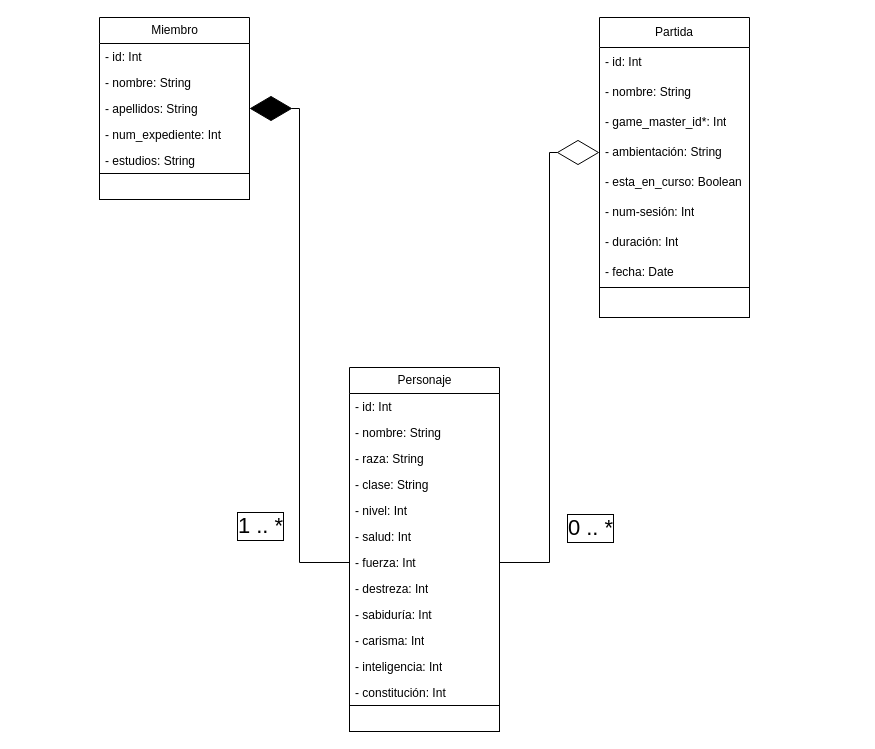
Earlier version of the draw.io diagram diagrams/diagramadeClases.drawio (gonzalopozo/proyecto-integrador-1-daw-gonzalo-manuel-daniel-hector). Source tidied: cells renumbered, new cells numbered last; positions are measured from the earlier drawing's top-left corner, leaving out a move shared by most shapes. Both pictures are drawn from the tidied source at 100%, with x=0, y=0 at pixel (99, 17).
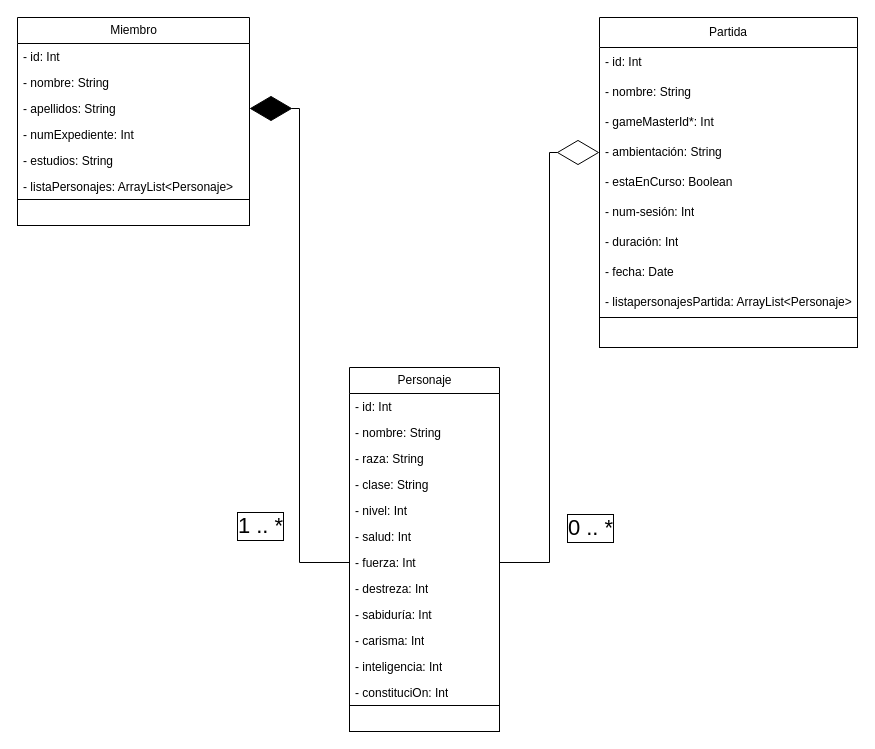
Above is the later version.

Commit message (it also covers changes not shown here):
Versión 1.0 Modelo App, Versión 1.1 Diagrama de Clases, Actualización .gitignore

Unchanged cells that the change refers to:
```xml
<mxCell id="11" value="Personaje" style="swimlane;fontStyle=0;horizontal=1;startSize=26;fillColor=none;html=1;" parent="1" vertex="1">
  <mxGeometry x="250" y="350" width="150" height="364" as="geometry" />
</mxCell>
```

Change to the diagram source:
```diff
@@
     <mxCell id="4" value="Miembro" style="swimlane;fontStyle=0;horizontal=1;startSize=26;fillColor=none;html=1;" parent="1" vertex="1">
-      <mxGeometry width="150" height="182" as="geometry" />
+      <mxGeometry x="-82" width="232" height="208" as="geometry" />
     </mxCell>
     <mxCell id="5" value="- id: Int" style="text;strokeColor=none;fillColor=none;align=left;verticalAlign=top;spacingLeft=4;spacingRight=4;overflow=hidden;whiteSpace=wrap;html=1;" parent="4" vertex="1">
-      <mxGeometry y="26" width="150" height="26" as="geometry" />
+      <mxGeometry y="26" width="232" height="26" as="geometry" />
     </mxCell>
     <mxCell id="6" value="- nombre: String" style="text;strokeColor=none;fillColor=none;align=left;verticalAlign=top;spacingLeft=4;spacingRight=4;overflow=hidden;whiteSpace=wrap;html=1;" parent="4" vertex="1">
-      <mxGeometry y="52" width="150" height="26" as="geometry" />
+      <mxGeometry y="52" width="232" height="26" as="geometry" />
     </mxCell>
     <mxCell id="7" value="- apellidos: String" style="text;strokeColor=none;fillColor=none;align=left;verticalAlign=top;spacingLeft=4;spacingRight=4;overflow=hidden;points=[[0,0.5],[1,0.5]];portConstraint=eastwest;whiteSpace=wrap;html=1;" parent="4" vertex="1">
-      <mxGeometry y="78" width="150" height="26" as="geometry" />
+      <mxGeometry y="78" width="232" height="26" as="geometry" />
     </mxCell>
-    <mxCell id="8" value="- num_expediente: Int" style="text;strokeColor=none;fillColor=none;align=left;verticalAlign=top;spacingLeft=4;spacingRight=4;overflow=hidden;whiteSpace=wrap;html=1;" parent="4" vertex="1">
-      <mxGeometry y="104" width="150" height="26" as="geometry" />
+    <mxCell id="8" value="- numExpediente: Int" style="text;strokeColor=none;fillColor=none;align=left;verticalAlign=top;spacingLeft=4;spacingRight=4;overflow=hidden;whiteSpace=wrap;html=1;" parent="4" vertex="1">
+      <mxGeometry y="104" width="232" height="26" as="geometry" />
     </mxCell>
     <mxCell id="9" value="- estudios: String" style="text;strokeColor=none;fillColor=none;align=left;verticalAlign=top;spacingLeft=4;spacingRight=4;overflow=hidden;whiteSpace=wrap;html=1;" parent="4" vertex="1">
-      <mxGeometry y="130" width="150" height="26" as="geometry" />
+      <mxGeometry y="130" width="232" height="26" as="geometry" />
     </mxCell>
+    <mxCell id="37" value="- listaPersonajes: ArrayList&amp;lt;Personaje&amp;gt;" style="text;strokeColor=none;fillColor=none;align=left;verticalAlign=top;spacingLeft=4;spacingRight=4;overflow=hidden;whiteSpace=wrap;html=1;" parent="4" vertex="1">
+      <mxGeometry y="156" width="232" height="26" as="geometry" />
+    </mxCell>
     <mxCell id="10" style="text;strokeColor=default;fillColor=none;align=left;verticalAlign=top;spacingLeft=4;spacingRight=4;overflow=hidden;whiteSpace=wrap;html=1;" parent="4" vertex="1">
-      <mxGeometry y="156" width="150" height="26" as="geometry" />
+      <mxGeometry y="182" width="232" height="26" as="geometry" />
     </mxCell>
@@
-    <mxCell id="23" value="- constitución: Int" style="text;strokeColor=none;fillColor=none;align=left;verticalAlign=top;spacingLeft=4;spacingRight=4;overflow=hidden;whiteSpace=wrap;html=1;" parent="11" vertex="1">
+    <mxCell id="23" value="- constituciOn: Int" style="text;strokeColor=none;fillColor=none;align=left;verticalAlign=top;spacingLeft=4;spacingRight=4;overflow=hidden;whiteSpace=wrap;html=1;" parent="11" vertex="1">
       <mxGeometry y="312" width="150" height="26" as="geometry" />
     </mxCell>
@@
     <mxCell id="25" value="Partida" style="swimlane;fontStyle=0;horizontal=1;startSize=30;whiteSpace=wrap;html=1;" parent="1" vertex="1">
-      <mxGeometry x="500" width="150" height="300" as="geometry" />
+      <mxGeometry x="500" width="258" height="330" as="geometry" />
     </mxCell>
     <mxCell id="26" value="- id: Int" style="text;strokeColor=none;fillColor=none;align=left;verticalAlign=middle;spacingLeft=4;spacingRight=4;overflow=hidden;whiteSpace=wrap;html=1;" parent="25" vertex="1">
-      <mxGeometry y="30" width="150" height="30" as="geometry" />
+      <mxGeometry y="30" width="258" height="30" as="geometry" />
     </mxCell>
     <mxCell id="27" value="- nombre: String" style="text;strokeColor=none;fillColor=none;align=left;verticalAlign=middle;spacingLeft=4;spacingRight=4;overflow=hidden;whiteSpace=wrap;html=1;" parent="25" vertex="1">
-      <mxGeometry y="60" width="150" height="30" as="geometry" />
+      <mxGeometry y="60" width="258" height="30" as="geometry" />
     </mxCell>
-    <mxCell id="28" value="- game_master_id*: Int" style="text;strokeColor=none;fillColor=none;align=left;verticalAlign=middle;spacingLeft=4;spacingRight=4;overflow=hidden;whiteSpace=wrap;html=1;" parent="25" vertex="1">
-      <mxGeometry y="90" width="150" height="30" as="geometry" />
+    <mxCell id="28" value="- gameMasterId*: Int" style="text;strokeColor=none;fillColor=none;align=left;verticalAlign=middle;spacingLeft=4;spacingRight=4;overflow=hidden;whiteSpace=wrap;html=1;" parent="25" vertex="1">
+      <mxGeometry y="90" width="258" height="30" as="geometry" />
     </mxCell>
     <mxCell id="29" value="- ambientación: String" style="text;strokeColor=none;fillColor=none;align=left;verticalAlign=middle;spacingLeft=4;spacingRight=4;overflow=hidden;points=[[0,0.5],[1,0.5]];portConstraint=eastwest;whiteSpace=wrap;html=1;" parent="25" vertex="1">
-      <mxGeometry y="120" width="150" height="30" as="geometry" />
+      <mxGeometry y="120" width="258" height="30" as="geometry" />
     </mxCell>
-    <mxCell id="30" value="- esta_en_curso: Boolean" style="text;strokeColor=none;fillColor=none;align=left;verticalAlign=middle;spacingLeft=4;spacingRight=4;overflow=hidden;whiteSpace=wrap;html=1;" parent="25" vertex="1">
-      <mxGeometry y="150" width="150" height="30" as="geometry" />
+    <mxCell id="30" value="- estaEnCurso: Boolean" style="text;strokeColor=none;fillColor=none;align=left;verticalAlign=middle;spacingLeft=4;spacingRight=4;overflow=hidden;whiteSpace=wrap;html=1;" parent="25" vertex="1">
+      <mxGeometry y="150" width="258" height="30" as="geometry" />
     </mxCell>
     <mxCell id="31" value="- num-sesión: Int" style="text;strokeColor=none;fillColor=none;align=left;verticalAlign=middle;spacingLeft=4;spacingRight=4;overflow=hidden;whiteSpace=wrap;html=1;" parent="25" vertex="1">
-      <mxGeometry y="180" width="150" height="30" as="geometry" />
+      <mxGeometry y="180" width="258" height="30" as="geometry" />
     </mxCell>
     <mxCell id="32" value="- duración: Int" style="text;strokeColor=none;fillColor=none;align=left;verticalAlign=middle;spacingLeft=4;spacingRight=4;overflow=hidden;whiteSpace=wrap;html=1;" parent="25" vertex="1">
-      <mxGeometry y="210" width="150" height="30" as="geometry" />
+      <mxGeometry y="210" width="258" height="30" as="geometry" />
     </mxCell>
     <mxCell id="33" value="- fecha: Date" style="text;strokeColor=none;fillColor=none;align=left;verticalAlign=middle;spacingLeft=4;spacingRight=4;overflow=hidden;whiteSpace=wrap;html=1;" parent="25" vertex="1">
-      <mxGeometry y="240" width="150" height="30" as="geometry" />
+      <mxGeometry y="240" width="258" height="30" as="geometry" />
     </mxCell>
+    <mxCell id="38" value="- listapersonajesPartida: ArrayList&amp;lt;Personaje&amp;gt;" style="text;strokeColor=none;fillColor=none;align=left;verticalAlign=middle;spacingLeft=4;spacingRight=4;overflow=hidden;whiteSpace=wrap;html=1;" parent="25" vertex="1">
+      <mxGeometry y="270" width="258" height="30" as="geometry" />
+    </mxCell>
     <mxCell id="34" style="text;strokeColor=default;fillColor=none;align=left;verticalAlign=middle;spacingLeft=4;spacingRight=4;overflow=hidden;whiteSpace=wrap;html=1;strokeWidth=1;rounded=0;" parent="25" vertex="1">
-      <mxGeometry y="270" width="150" height="30" as="geometry" />
+      <mxGeometry y="300" width="258" height="30" as="geometry" />
     </mxCell>
```
